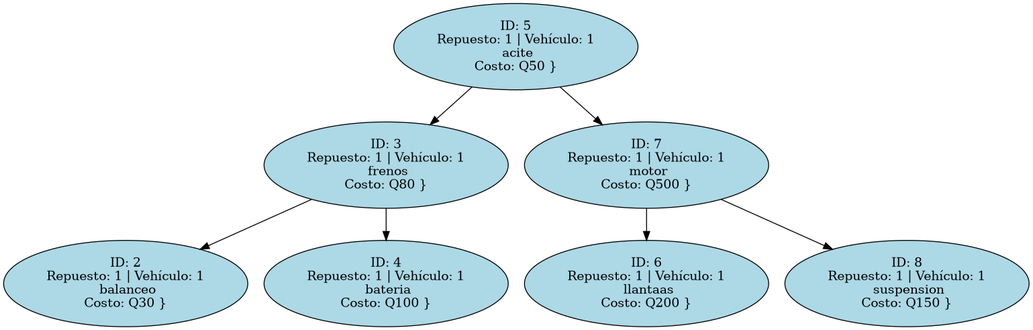
Santiago78op/EDD_1S2025_201905884 keeps this Graphviz diagram as Fase_2/AutoGestPro/AutoGestPro/Reports/servicios_1.png. Above is the earlier version. Its source is kept beside it as Fase_2/AutoGestPro/AutoGestPro/Reports/servicios_1.dot. Source of this version:
```dot
digraph Servicios {
node [shape=ellipse, style=filled, fillcolor=lightblue];
S5 [label="ID: 5\nRepuesto: 1 | Vehículo: 1\n acite\nCosto: Q50 }"]
S5 -> S3
S3 [label="ID: 3\nRepuesto: 1 | Vehículo: 1\n frenos\nCosto: Q80 }"]
S3 -> S2
S2 [label="ID: 2\nRepuesto: 1 | Vehículo: 1\n balanceo\nCosto: Q30 }"]
S3 -> S4
S4 [label="ID: 4\nRepuesto: 1 | Vehículo: 1\n bateria\nCosto: Q100 }"]
S5 -> S7
S7 [label="ID: 7\nRepuesto: 1 | Vehículo: 1\n motor\nCosto: Q500 }"]
S7 -> S6
S6 [label="ID: 6\nRepuesto: 1 | Vehículo: 1\n llantaas\nCosto: Q200 }"]
S7 -> S8
S8 [label="ID: 8\nRepuesto: 1 | Vehículo: 1\n suspension\nCosto: Q150 }"]
}
```
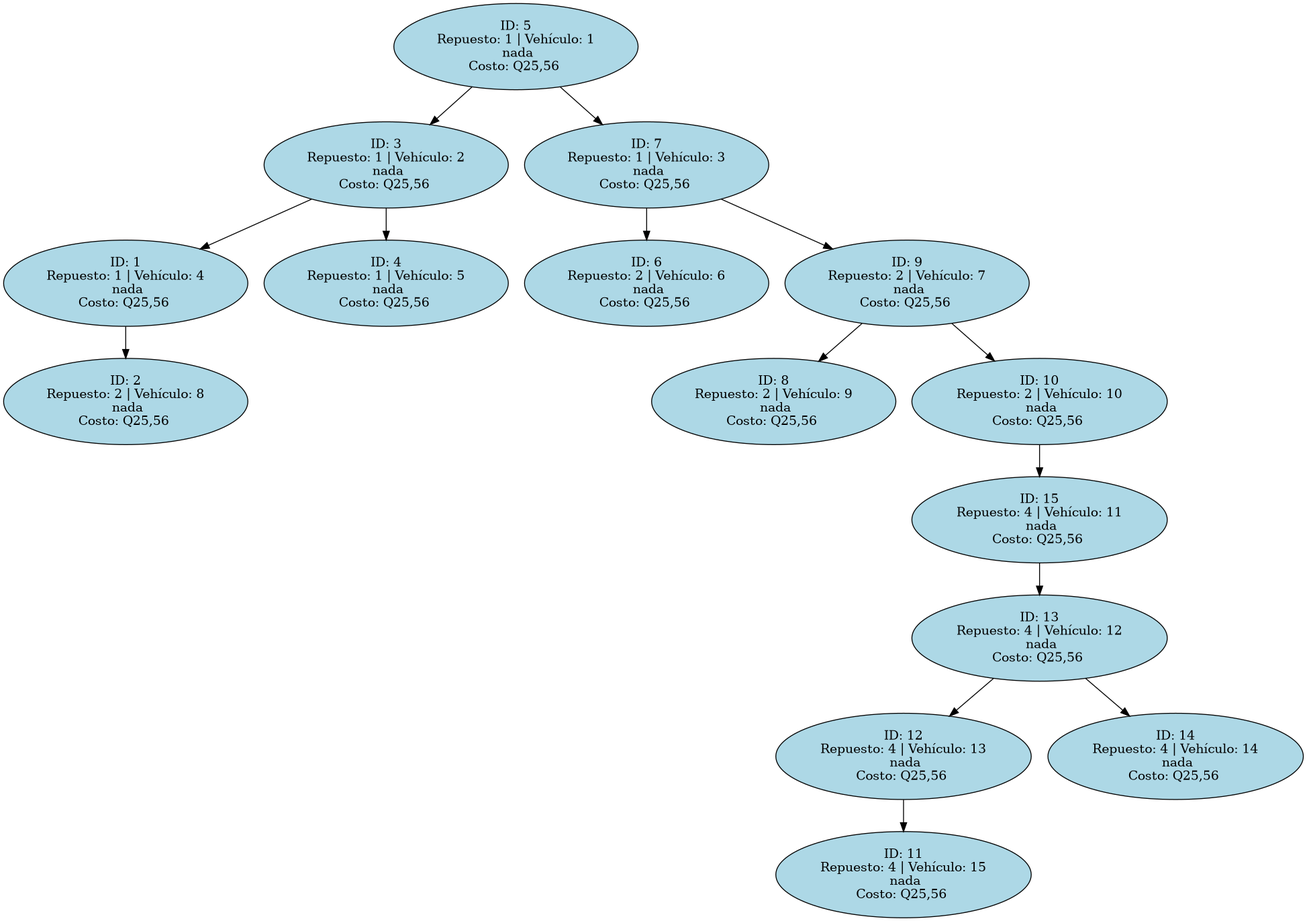
The same diagram one commit later.

The edit, as a diff of the source:
```diff
@@ -1,16 +1,32 @@
 digraph Servicios {
 node [shape=ellipse, style=filled, fillcolor=lightblue];
-S5 [label="ID: 5\nRepuesto: 1 | Vehículo: 1\n acite\nCosto: Q50 }"]
+S5 [label="ID: 5\nRepuesto: 1 | Vehículo: 1\n nada\nCosto: Q25,56 "]
 S5 -> S3
-S3 [label="ID: 3\nRepuesto: 1 | Vehículo: 1\n frenos\nCosto: Q80 }"]
-S3 -> S2
-S2 [label="ID: 2\nRepuesto: 1 | Vehículo: 1\n balanceo\nCosto: Q30 }"]
+S3 [label="ID: 3\nRepuesto: 1 | Vehículo: 2\n nada\nCosto: Q25,56 "]
+S3 -> S1
+S1 [label="ID: 1\nRepuesto: 1 | Vehículo: 4\n nada\nCosto: Q25,56 "]
+S1 -> S2
+S2 [label="ID: 2\nRepuesto: 2 | Vehículo: 8\n nada\nCosto: Q25,56 "]
 S3 -> S4
-S4 [label="ID: 4\nRepuesto: 1 | Vehículo: 1\n bateria\nCosto: Q100 }"]
+S4 [label="ID: 4\nRepuesto: 1 | Vehículo: 5\n nada\nCosto: Q25,56 "]
 S5 -> S7
-S7 [label="ID: 7\nRepuesto: 1 | Vehículo: 1\n motor\nCosto: Q500 }"]
+S7 [label="ID: 7\nRepuesto: 1 | Vehículo: 3\n nada\nCosto: Q25,56 "]
 S7 -> S6
-S6 [label="ID: 6\nRepuesto: 1 | Vehículo: 1\n llantaas\nCosto: Q200 }"]
-S7 -> S8
-S8 [label="ID: 8\nRepuesto: 1 | Vehículo: 1\n suspension\nCosto: Q150 }"]
+S6 [label="ID: 6\nRepuesto: 2 | Vehículo: 6\n nada\nCosto: Q25,56 "]
+S7 -> S9
+S9 [label="ID: 9\nRepuesto: 2 | Vehículo: 7\n nada\nCosto: Q25,56 "]
+S9 -> S8
+S8 [label="ID: 8\nRepuesto: 2 | Vehículo: 9\n nada\nCosto: Q25,56 "]
+S9 -> S10
+S10 [label="ID: 10\nRepuesto: 2 | Vehículo: 10\n nada\nCosto: Q25,56 "]
+S10 -> S15
+S15 [label="ID: 15\nRepuesto: 4 | Vehículo: 11\n nada\nCosto: Q25,56 "]
+S15 -> S13
+S13 [label="ID: 13\nRepuesto: 4 | Vehículo: 12\n nada\nCosto: Q25,56 "]
+S13 -> S12
+S12 [label="ID: 12\nRepuesto: 4 | Vehículo: 13\n nada\nCosto: Q25,56 "]
+S12 -> S11
+S11 [label="ID: 11\nRepuesto: 4 | Vehículo: 15\n nada\nCosto: Q25,56 "]
+S13 -> S14
+S14 [label="ID: 14\nRepuesto: 4 | Vehículo: 14\n nada\nCosto: Q25,56 "]
 }
```
